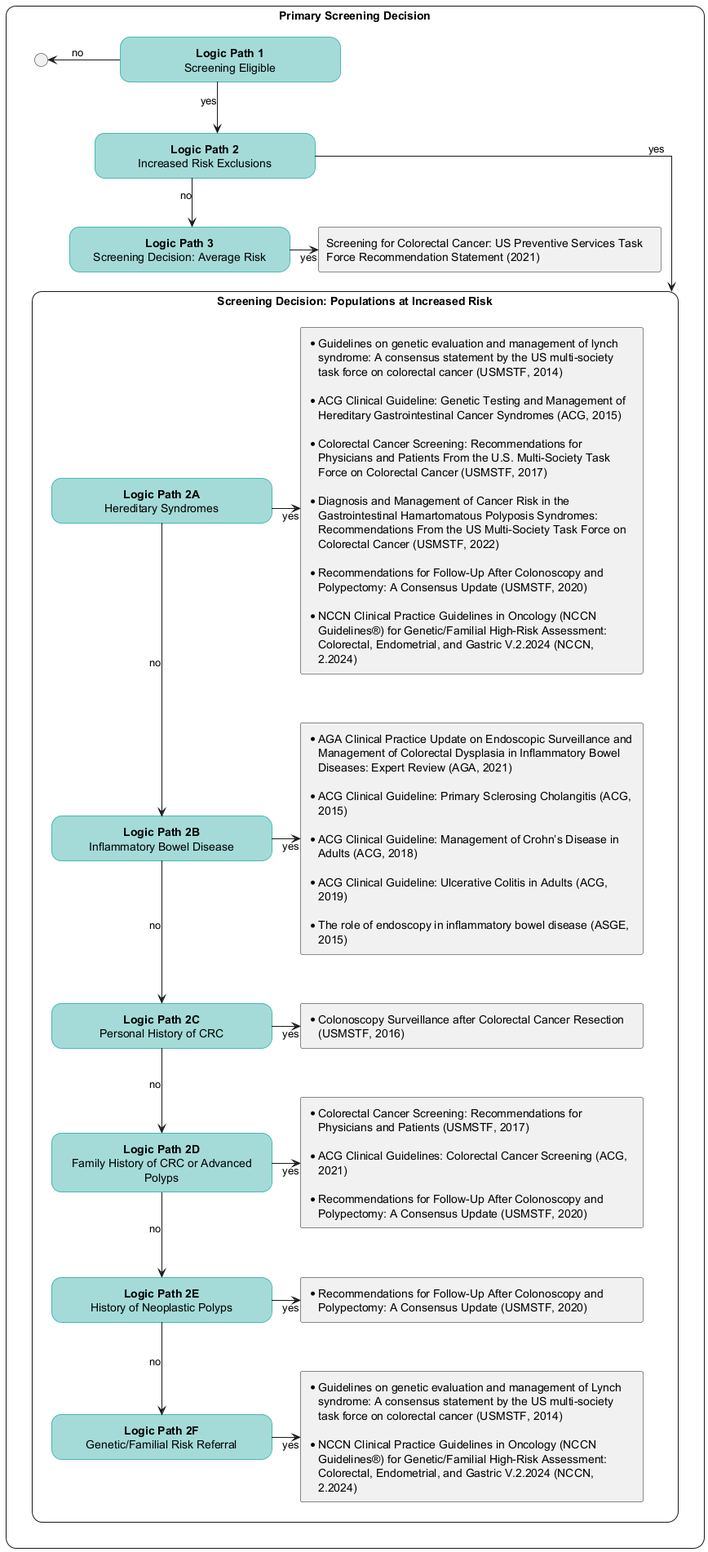
Earlier version of the PlantUML export images/flow-HighLevelScreeningDecision.png (ccsm-cds-tools/CDC-Colorectal-Cancer-Screening-CDS-L2).
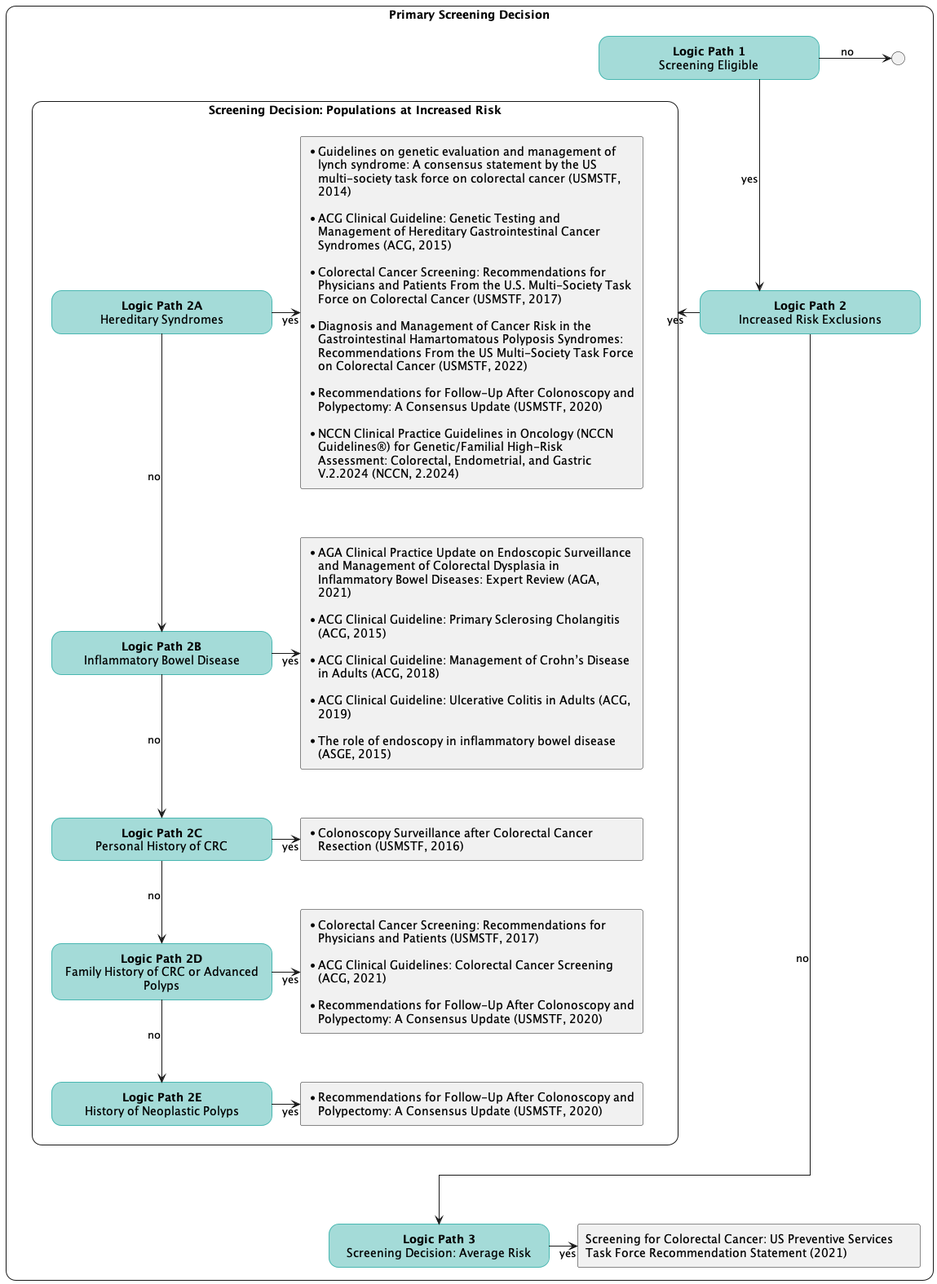
After the change.

The edit, as a diff of the source:
```diff
@@ -54,8 +54,7 @@
         rectangle "*Colorectal Cancer Screening: Recommendations for Physicians and Patients (USMSTF, 2017)\n\n* ACG Clinical Guidelines: Colorectal Cancer Screening (ACG, 2021)\n\n* Recommendations for Follow-Up After Colonoscopy and Polypectomy: A Consensus Update (USMSTF, 2020)" <<citation>> as ref_fam_hx_crc
     rectangle "**Logic Path 2E**\nHistory of Neoplastic Polyps" <<roundbox>> as path_polyps
         rectangle "*Recommendations for Follow-Up After Colonoscopy and Polypectomy: A Consensus Update (USMSTF, 2020)" <<citation>> as ref_usmstf_polyps
-    rectangle "**Logic Path 2F**\nGenetic/Familial Risk Referral" <<roundbox>> as path_genetic_risk
-        rectangle "*Guidelines on genetic evaluation and management of Lynch syndrome: A consensus statement by the US multi-society task force on colorectal cancer (USMSTF, 2014)\n\n* NCCN Clinical Practice Guidelines in Oncology (NCCN Guidelines®) for Genetic/Familial High-Risk Assessment: Colorectal, Endometrial, and Gastric V.2.2024 (NCCN, 2.2024)" <<citation>> as ref_genetic_risk
+
 
     path_crc_syndromes -d-> path_ibd: no
     path_crc_syndromes -r-> ref_syndromes: yes
@@ -65,16 +64,13 @@
     path_hx_crc -r-> ref_usmstf_crc: yes
     path_fam_hx_crc -d-> path_polyps: no
     path_fam_hx_crc -r-> ref_fam_hx_crc: yes
-    path_polyps -d-> path_genetic_risk: no
     path_polyps -r-> ref_usmstf_polyps: yes
-    path_genetic_risk -r-> ref_genetic_risk: yes
     }
 
     path_eligible -d-> path_inc_risk_exc: yes
     path_eligible -[norank]--> end_connector: no
-    path_inc_risk_exc --> increased_risk: yes
-    path_inc_risk_exc --> path_avg_risk: no
-    path_inc_risk_exc -[hidden]--> path_crc_syndromes: no
+    path_inc_risk_exc -r--> increased_risk: yes
+    path_inc_risk_exc -------> path_avg_risk: no
 
     path_avg_risk -r-> ref_uspstf: yes
 
```
